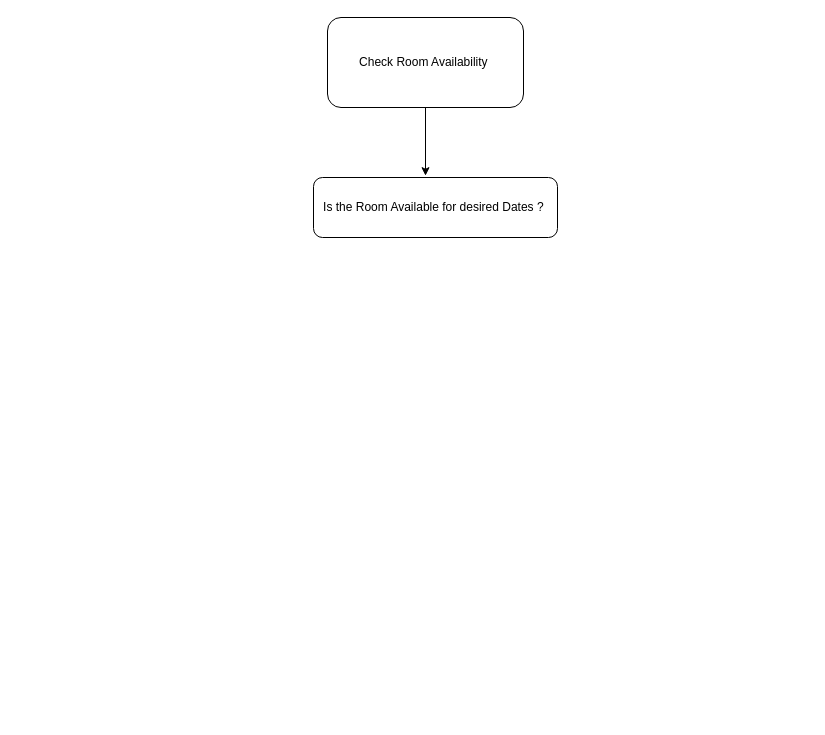
Earlier version of the draw.io diagram Untitled Diagram.drawio (Tanaya-Bhide/PROJECT-MANAGEMENT). Source tidied: cells renumbered, new cells numbered last; positions are measured from the earlier drawing's top-left corner, leaving out a move shared by most shapes. Both pictures are drawn from the tidied source at 100%, with x=0, y=0 at pixel (313, 17).
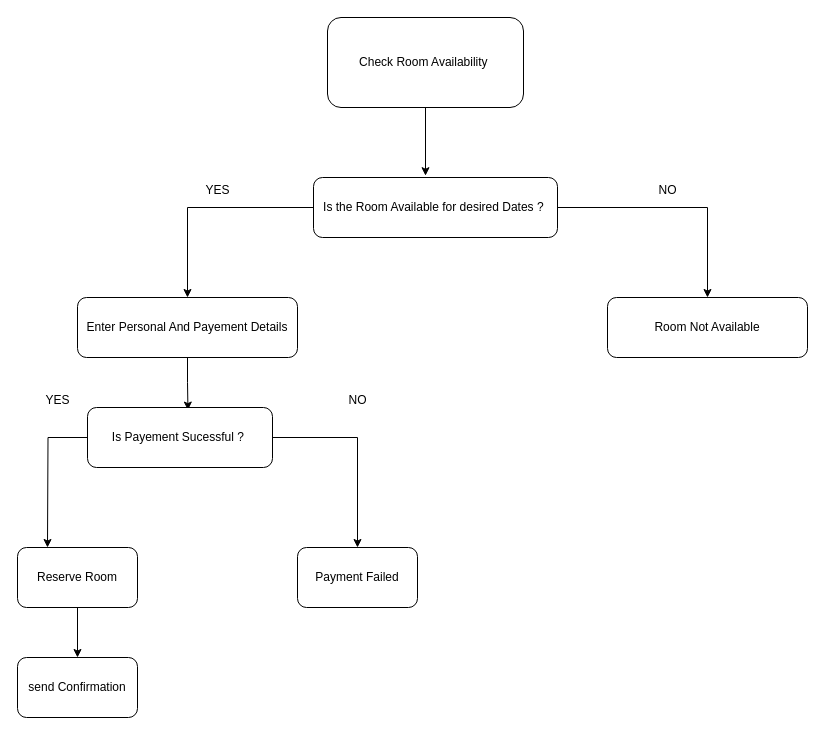
Above is the later version.

The change refers to these unchanged cells:
```xml
<mxCell id="4" value="Is the Room Available for desired Dates ?&amp;nbsp;" style="rounded=1;whiteSpace=wrap;html=1;" parent="1" vertex="1">
  <mxGeometry y="160" width="244" height="60" as="geometry" />
</mxCell>
```

The edit, as a diff of the source:
```diff
@@
+    <mxCell id="5" style="edgeStyle=orthogonalEdgeStyle;rounded=0;jettySize=auto;html=1;entryX=0.5;entryY=0;entryDx=0;entryDy=0;" parent="1" edge="1" source="4" target="8">
+      <mxGeometry relative="1" as="geometry" />
+    </mxCell>
+    <mxCell id="6" style="edgeStyle=orthogonalEdgeStyle;rounded=0;jettySize=auto;html=1;entryX=0.5;entryY=0;entryDx=0;entryDy=0;" parent="1" edge="1" source="4" target="9">
+      <mxGeometry relative="1" as="geometry" />
+    </mxCell>
@@
+    <mxCell id="7" style="edgeStyle=orthogonalEdgeStyle;rounded=0;jettySize=auto;html=1;entryX=0.543;entryY=0.043;entryDx=0;entryDy=0;entryPerimeter=0;" parent="1" edge="1" source="8" target="14">
+      <mxGeometry relative="1" as="geometry" />
+    </mxCell>
+    <mxCell id="8" value="Enter Personal And Payement Details" style="rounded=1;whiteSpace=wrap;html=1;" parent="1" vertex="1">
+      <mxGeometry x="-236" y="280" width="220" height="60" as="geometry" />
+    </mxCell>
+    <mxCell id="9" value="Room Not Available" style="rounded=1;whiteSpace=wrap;html=1;" parent="1" vertex="1">
+      <mxGeometry x="294" y="280" width="200" height="60" as="geometry" />
+    </mxCell>
+    <mxCell id="10" value="YES" style="text;html=1;align=center;verticalAlign=middle;strokeColor=none;fillColor=none;" parent="1" vertex="1">
+      <mxGeometry x="-121" y="158" width="50" height="30" as="geometry" />
+    </mxCell>
+    <mxCell id="11" value="NO" style="text;html=1;align=center;verticalAlign=middle;strokeColor=none;fillColor=none;" parent="1" vertex="1">
+      <mxGeometry x="334" y="158" width="40" height="30" as="geometry" />
+    </mxCell>
+    <mxCell id="12" style="edgeStyle=orthogonalEdgeStyle;rounded=0;jettySize=auto;html=1;" parent="1" edge="1" source="14">
+      <mxGeometry relative="1" as="geometry">
+        <mxPoint x="-266" y="530" as="targetPoint" />
+      </mxGeometry>
+    </mxCell>
+    <mxCell id="13" style="edgeStyle=orthogonalEdgeStyle;rounded=0;jettySize=auto;html=1;" parent="1" edge="1" source="14" target="18">
+      <mxGeometry relative="1" as="geometry" />
+    </mxCell>
+    <mxCell id="14" value="Is Payement Sucessful ?&amp;nbsp;" style="rounded=1;whiteSpace=wrap;html=1;" parent="1" vertex="1">
+      <mxGeometry x="-226" y="390" width="185" height="60" as="geometry" />
+    </mxCell>
+    <mxCell id="15" style="edgeStyle=orthogonalEdgeStyle;rounded=0;jettySize=auto;html=1;" parent="1" edge="1" source="16" target="20">
+      <mxGeometry relative="1" as="geometry" />
+    </mxCell>
+    <mxCell id="16" value="Reserve Room" style="rounded=1;whiteSpace=wrap;html=1;" parent="1" vertex="1">
+      <mxGeometry x="-296" y="530" width="120" height="60" as="geometry" />
+    </mxCell>
+    <mxCell id="17" value="YES" style="text;html=1;align=center;verticalAlign=middle;strokeColor=none;fillColor=none;" parent="1" vertex="1">
+      <mxGeometry x="-281" y="368" width="50" height="30" as="geometry" />
+    </mxCell>
+    <mxCell id="18" value="Payment Failed" style="rounded=1;whiteSpace=wrap;html=1;" parent="1" vertex="1">
+      <mxGeometry x="-16" y="530" width="120" height="60" as="geometry" />
+    </mxCell>
+    <mxCell id="19" value="NO" style="text;html=1;align=center;verticalAlign=middle;strokeColor=none;fillColor=none;" parent="1" vertex="1">
+      <mxGeometry x="24" y="368" width="40" height="30" as="geometry" />
+    </mxCell>
+    <mxCell id="20" value="send Confirmation" style="rounded=1;whiteSpace=wrap;html=1;" parent="1" vertex="1">
+      <mxGeometry x="-296" y="640" width="120" height="60" as="geometry" />
+    </mxCell>
```
